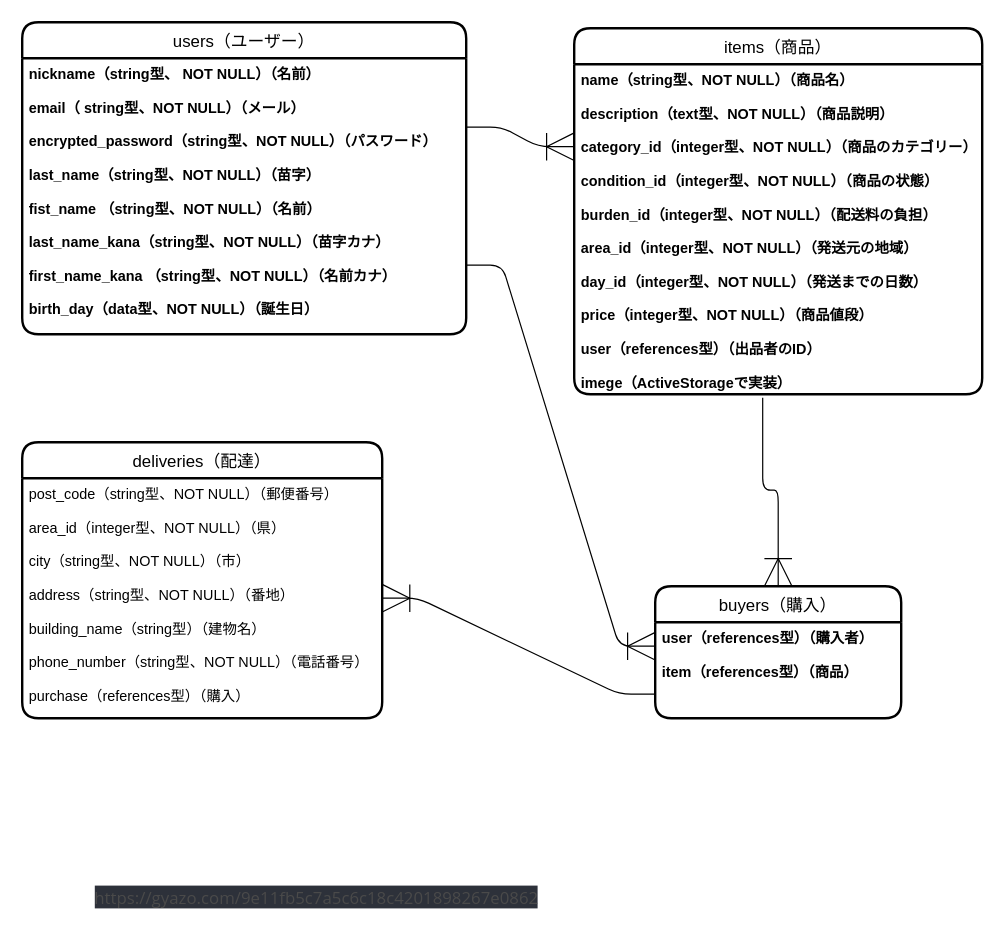
This is furima_er.dio from ryoujiohta/furima-33798, a draw.io file, before an edit. Source tidied: cells renumbered, new cells numbered last; positions are measured from the earlier drawing's top-left corner, leaving out a move shared by most shapes. Both pictures are drawn from the tidied source at 120%, with x=0, y=0 at pixel (22, 22).
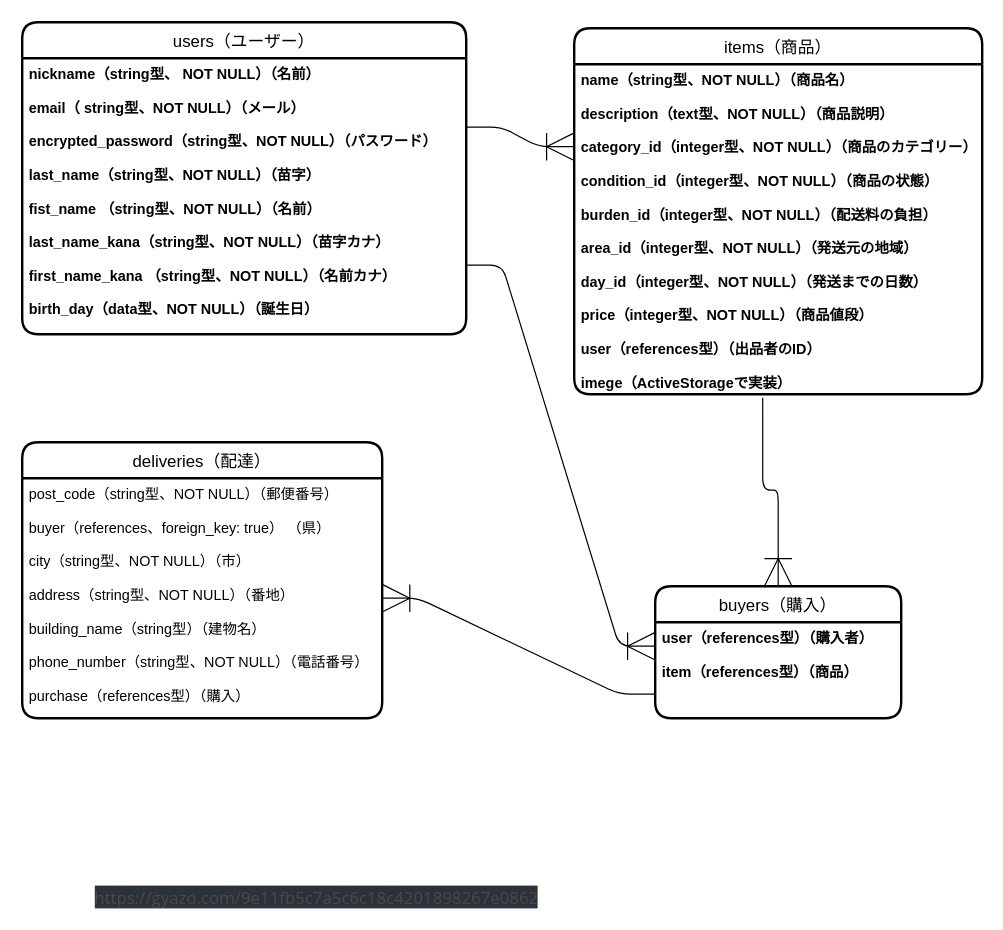
After the change.

Commit message (it also covers changes not shown here):
再再再修正：データベース設計

Diff of the diagram source:
```diff
@@
 <mxGraphModel>
   <root>
     <mxCell id="0" />
     <mxCell id="1" parent="0" />
     <mxCell id="2" value="users（ユーザー）" style="swimlane;horizontal=1;startSize=30;rounded=1;fontSize=14;fontStyle=0;strokeWidth=2;shadow=0;dashed=0;align=center;" parent="1" vertex="1">
       <mxGeometry width="370" height="260" as="geometry" />
     </mxCell>
     <mxCell id="3" value="nickname（string型、 NOT NULL）（名前）&#10;&#10;email（ string型、NOT NULL）（メール）&#10;&#10;encrypted_password（string型、NOT NULL）（パスワード）&#10;&#10;last_name（string型、NOT NULL）（苗字）&#10;&#10;fist_name （string型、NOT NULL）（名前）&#10;&#10;last_name_kana（string型、NOT NULL）（苗字カナ）&#10;&#10;first_name_kana （string型、NOT NULL）（名前カナ）&#10;&#10;birth_day（data型、NOT NULL）（誕生日）" style="align=left;strokeColor=none;fillColor=none;spacingLeft=4;fontSize=12;verticalAlign=top;fontStyle=1;" parent="2" vertex="1">
       <mxGeometry y="30" width="370" height="230" as="geometry" />
     </mxCell>
     <mxCell id="4" value="items（商品）" style="swimlane;horizontal=1;startSize=30;rounded=1;fontSize=14;fontStyle=0;strokeWidth=2;shadow=0;dashed=0;align=center;" parent="1" vertex="1">
       <mxGeometry x="460" y="5" width="340" height="305" as="geometry" />
     </mxCell>
     <mxCell id="5" value="name（string型、NOT NULL）（商品名）&#10;&#10;description（text型、NOT NULL）（商品説明）&#10;&#10;category_id（integer型、NOT NULL）（商品のカテゴリー）&#10;&#10;condition_id（integer型、NOT NULL）（商品の状態）&#10;&#10;burden_id（integer型、NOT NULL）（配送料の負担）&#10;&#10;area_id（integer型、NOT NULL）（発送元の地域）&#10;&#10;day_id（integer型、NOT NULL）（発送までの日数）&#10;&#10;price（integer型、NOT NULL）（商品値段）&#10;&#10;user（references型）（出品者のID）&#10;&#10;imege（ActiveStorageで実装）" style="align=left;strokeColor=none;fillColor=none;spacingLeft=4;fontSize=12;verticalAlign=top;fontStyle=1;" parent="4" vertex="1">
       <mxGeometry y="30" width="340" height="275" as="geometry" />
     </mxCell>
     <mxCell id="6" value="deliveries（配達）" style="swimlane;horizontal=1;startSize=30;rounded=1;fontSize=14;fontStyle=0;strokeWidth=2;shadow=0;dashed=0;align=center;" parent="1" vertex="1">
       <mxGeometry y="350" width="300" height="230" as="geometry" />
     </mxCell>
-    <mxCell id="7" value="post_code（string型、NOT NULL）（郵便番号）&#10;&#10;area_id（integer型、NOT NULL）（県）&#10;&#10;city（string型、NOT NULL）（市）&#10;&#10;address（string型、NOT NULL）（番地）&#10;&#10;building_name（string型）（建物名）&#10;&#10;phone_number（string型、NOT NULL）（電話番号）&#10;&#10;purchase（references型）（購入）" style="align=left;strokeColor=none;fillColor=none;spacingLeft=4;fontSize=12;verticalAlign=top;" parent="6" vertex="1">
+    <mxCell id="7" value="post_code（string型、NOT NULL）（郵便番号）&#10;&#10;buyer（references、foreign_key: true） （県）&#10;&#10;city（string型、NOT NULL）（市）&#10;&#10;address（string型、NOT NULL）（番地）&#10;&#10;building_name（string型）（建物名）&#10;&#10;phone_number（string型、NOT NULL）（電話番号）&#10;&#10;purchase（references型）（購入）" style="align=left;strokeColor=none;fillColor=none;spacingLeft=4;fontSize=12;verticalAlign=top;" parent="6" vertex="1">
       <mxGeometry y="30" width="300" height="200" as="geometry" />
     </mxCell>
     <mxCell id="8" value="buyers（購入）" style="swimlane;horizontal=1;startSize=30;rounded=1;fontSize=14;fontStyle=0;strokeWidth=2;shadow=0;dashed=0;align=center;" parent="1" vertex="1">
       <mxGeometry x="527.5" y="470" width="205" height="110" as="geometry" />
     </mxCell>
     <mxCell id="9" value="user（references型）（購入者）&#10;&#10;item（references型）（商品）" style="align=left;strokeColor=none;fillColor=none;spacingLeft=4;fontSize=12;verticalAlign=top;fontStyle=1;" parent="8" vertex="1">
       <mxGeometry y="30" width="205" height="80" as="geometry" />
     </mxCell>
     <mxCell id="10" style="edgeStyle=entityRelationEdgeStyle;fontSize=12;html=1;endArrow=ERoneToMany;exitX=1;exitY=0.25;exitDx=0;exitDy=0;entryX=0;entryY=0.25;entryDx=0;entryDy=0;endSize=21;startSize=21;" parent="1" edge="1" source="3" target="5">
       <mxGeometry relative="1" as="geometry" />
     </mxCell>
     <mxCell id="11" style="edgeStyle=entityRelationEdgeStyle;fontSize=12;html=1;endArrow=ERoneToMany;exitX=1;exitY=0.75;exitDx=0;exitDy=0;entryX=0;entryY=0.25;entryDx=0;entryDy=0;jumpSize=16;endSize=21;startSize=21;" parent="1" edge="1" source="3" target="9">
       <mxGeometry relative="1" as="geometry" />
     </mxCell>
     <mxCell id="12" style="edgeStyle=orthogonalEdgeStyle;fontSize=12;html=1;endArrow=ERoneToMany;exitX=0.462;exitY=1.011;exitDx=0;exitDy=0;entryX=0.5;entryY=0;entryDx=0;entryDy=0;jumpSize=16;endSize=21;startSize=21;exitPerimeter=0;" parent="1" edge="1" source="5" target="8">
       <mxGeometry relative="1" as="geometry" />
     </mxCell>
     <mxCell id="13" style="edgeStyle=entityRelationEdgeStyle;fontSize=12;html=1;endArrow=ERoneToMany;exitX=0;exitY=0.75;exitDx=0;exitDy=0;jumpSize=16;endSize=21;startSize=21;entryX=1;entryY=0.5;entryDx=0;entryDy=0;" parent="1" edge="1" source="9" target="7">
       <mxGeometry relative="1" as="geometry" />
     </mxCell>
     <mxCell id="14" value="&lt;span style=&quot;color: rgb(74 , 74 , 74) ; font-family: &amp;#34;open sans&amp;#34; , sans-serif ; font-size: 14px ; background-color: rgb(45 , 49 , 58)&quot;&gt;https://gyazo.com/9e11fb5c7a5c6c18c4201898267e0862&lt;/span&gt;" style="text;html=1;align=center;verticalAlign=middle;" parent="1" vertex="1">
       <mxGeometry x="30" y="720" width="430" height="20" as="geometry" />
     </mxCell>
   </root>
 </mxGraphModel>
```
